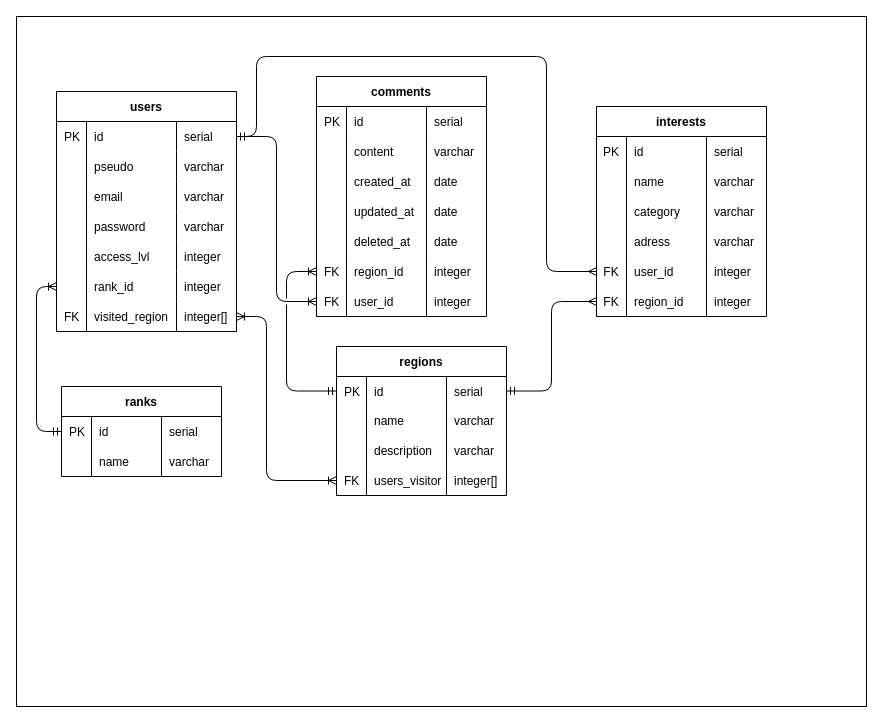
Above: conception/ERD.drawio in kevinbatard/japan_back (draw.io), before the change. Source tidied: cells renumbered, new cells numbered last; positions are measured from the earlier drawing's top-left corner, leaving out a move shared by most shapes. Both pictures are drawn from the tidied source at 100%, with x=0, y=0 at pixel (16, 16).
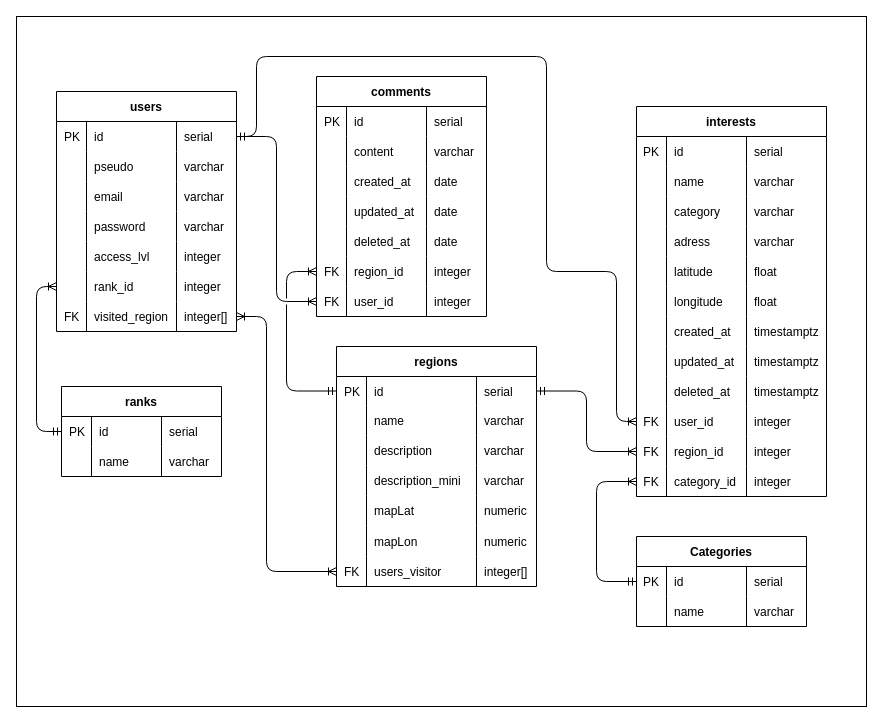
The same diagram, later.

Commit message (it also covers changes not shown here):
Fix divers, mis a jour diagrammes

Unchanged cells that the change refers to:
```xml
<mxCell id="4" style="shape=tableRow;horizontal=0;startSize=0;swimlaneHead=0;swimlaneBody=0;fillColor=none;points=[[0,0.5],[1,0.5]];portConstraint=eastwest;top=0;left=0;right=0;bottom=0;" parent="3" vertex="1">
  <mxGeometry y="30" width="180" height="30" as="geometry" />
</mxCell>
<mxCell id="28" style="shape=tableRow;horizontal=0;startSize=0;swimlaneHead=0;swimlaneBody=0;fillColor=none;points=[[0,0.5],[1,0.5]];portConstraint=eastwest;top=0;left=0;right=0;bottom=0;" parent="3" vertex="1">
  <mxGeometry y="210" width="180" height="30" as="geometry" />
</mxCell>
```

Diff of the diagram source:
```diff
@@
     <mxCell id="32" value="regions" style="shape=table;startSize=30;childLayout=tableLayout;rowLines=0;fontStyle=1;align=center;" parent="1" vertex="1">
-      <mxGeometry x="320" y="330" width="170" height="149" as="geometry" />
+      <mxGeometry x="320" y="330" width="200" height="240" as="geometry" />
     </mxCell>
     <mxCell id="33" style="shape=tableRow;horizontal=0;startSize=0;swimlaneHead=0;swimlaneBody=0;fillColor=none;points=[[0,0.5],[1,0.5]];portConstraint=eastwest;top=0;left=0;right=0;bottom=0;" parent="32" vertex="1">
-      <mxGeometry y="30" width="170" height="29" as="geometry" />
+      <mxGeometry y="30" width="200" height="29" as="geometry" />
     </mxCell>
@@
     <mxCell id="35" value="id" style="shape=partialRectangle;fillColor=none;top=0;left=0;bottom=0;right=0;align=left;spacingLeft=6;overflow=hidden;" parent="33" vertex="1">
-      <mxGeometry x="30" width="80" height="29" as="geometry" />
+      <mxGeometry x="30" width="110" height="29" as="geometry" />
     </mxCell>
     <mxCell id="36" value="serial" style="shape=partialRectangle;fillColor=none;top=0;left=0;bottom=0;right=0;align=left;spacingLeft=6;overflow=hidden;" parent="33" vertex="1">
-      <mxGeometry x="110" width="60" height="29" as="geometry" />
+      <mxGeometry x="140" width="60" height="29" as="geometry" />
     </mxCell>
     <mxCell id="37" style="shape=tableRow;horizontal=0;startSize=0;swimlaneHead=0;swimlaneBody=0;fillColor=none;top=0;left=0;right=0;bottom=0;" parent="32" vertex="1">
-      <mxGeometry y="59" width="170" height="30" as="geometry" />
+      <mxGeometry y="59" width="200" height="30" as="geometry" />
     </mxCell>
@@
     <mxCell id="39" value="name" style="shape=partialRectangle;fillColor=none;top=0;left=0;bottom=0;right=0;align=left;spacingLeft=6;overflow=hidden;" parent="37" vertex="1">
-      <mxGeometry x="30" width="80" height="30" as="geometry" />
+      <mxGeometry x="30" width="110" height="30" as="geometry" />
     </mxCell>
     <mxCell id="40" value="varchar" style="shape=partialRectangle;fillColor=none;top=0;left=0;bottom=0;right=0;align=left;spacingLeft=6;overflow=hidden;" parent="37" vertex="1">
-      <mxGeometry x="110" width="60" height="30" as="geometry" />
+      <mxGeometry x="140" width="60" height="30" as="geometry" />
     </mxCell>
     <mxCell id="41" style="shape=tableRow;horizontal=0;startSize=0;swimlaneHead=0;swimlaneBody=0;fillColor=none;top=0;left=0;right=0;bottom=0;" parent="32" vertex="1">
-      <mxGeometry y="89" width="170" height="30" as="geometry" />
+      <mxGeometry y="89" width="200" height="30" as="geometry" />
     </mxCell>
@@
     <mxCell id="43" value="description" style="shape=partialRectangle;fillColor=none;top=0;left=0;bottom=0;right=0;align=left;spacingLeft=6;overflow=hidden;" parent="41" vertex="1">
-      <mxGeometry x="30" width="80" height="30" as="geometry" />
+      <mxGeometry x="30" width="110" height="30" as="geometry" />
     </mxCell>
     <mxCell id="44" value="varchar" style="shape=partialRectangle;fillColor=none;top=0;left=0;bottom=0;right=0;align=left;spacingLeft=6;overflow=hidden;" parent="41" vertex="1">
-      <mxGeometry x="110" width="60" height="30" as="geometry" />
+      <mxGeometry x="140" width="60" height="30" as="geometry" />
     </mxCell>
+    <mxCell id="118" style="shape=tableRow;horizontal=0;startSize=0;swimlaneHead=0;swimlaneBody=0;fillColor=none;top=0;left=0;right=0;bottom=0;" parent="32" vertex="1">
+      <mxGeometry y="119" width="200" height="30" as="geometry" />
+    </mxCell>
+    <mxCell id="119" style="shape=partialRectangle;fillColor=none;top=0;left=0;bottom=0;right=0;align=left;spacingLeft=6;overflow=hidden;" parent="118" vertex="1">
+      <mxGeometry width="30" height="30" as="geometry" />
+    </mxCell>
+    <mxCell id="120" value="description_mini" style="shape=partialRectangle;fillColor=none;top=0;left=0;bottom=0;right=0;align=left;spacingLeft=6;overflow=hidden;" parent="118" vertex="1">
+      <mxGeometry x="30" width="110" height="30" as="geometry" />
+    </mxCell>
+    <mxCell id="121" value="varchar" style="shape=partialRectangle;fillColor=none;top=0;left=0;bottom=0;right=0;align=left;spacingLeft=6;overflow=hidden;" parent="118" vertex="1">
+      <mxGeometry x="140" width="60" height="30" as="geometry" />
+    </mxCell>
+    <mxCell id="122" style="shape=tableRow;horizontal=0;startSize=0;swimlaneHead=0;swimlaneBody=0;fillColor=none;top=0;left=0;right=0;bottom=0;" parent="32" vertex="1">
+      <mxGeometry y="149" width="200" height="30" as="geometry" />
+    </mxCell>
+    <mxCell id="123" style="shape=partialRectangle;fillColor=none;top=0;left=0;bottom=0;right=0;align=left;spacingLeft=6;overflow=hidden;" parent="122" vertex="1">
+      <mxGeometry width="30" height="30" as="geometry" />
+    </mxCell>
+    <mxCell id="124" value="mapLat" style="shape=partialRectangle;fillColor=none;top=0;left=0;bottom=0;right=0;align=left;spacingLeft=6;overflow=hidden;" parent="122" vertex="1">
+      <mxGeometry x="30" width="110" height="30" as="geometry" />
+    </mxCell>
+    <mxCell id="125" value="numeric" style="shape=partialRectangle;fillColor=none;top=0;left=0;bottom=0;right=0;align=left;spacingLeft=6;overflow=hidden;" parent="122" vertex="1">
+      <mxGeometry x="140" width="60" height="30" as="geometry" />
+    </mxCell>
+    <mxCell id="126" style="shape=tableRow;horizontal=0;startSize=0;swimlaneHead=0;swimlaneBody=0;fillColor=none;top=0;left=0;right=0;bottom=0;" parent="32" vertex="1">
+      <mxGeometry y="179" width="200" height="31" as="geometry" />
+    </mxCell>
+    <mxCell id="127" style="shape=partialRectangle;fillColor=none;top=0;left=0;bottom=0;right=0;align=left;spacingLeft=6;overflow=hidden;" parent="126" vertex="1">
+      <mxGeometry width="30" height="31" as="geometry" />
+    </mxCell>
+    <mxCell id="128" value="mapLon" style="shape=partialRectangle;fillColor=none;top=0;left=0;bottom=0;right=0;align=left;spacingLeft=6;overflow=hidden;" parent="126" vertex="1">
+      <mxGeometry x="30" width="110" height="31" as="geometry" />
+    </mxCell>
+    <mxCell id="129" value="numeric" style="shape=partialRectangle;fillColor=none;top=0;left=0;bottom=0;right=0;align=left;spacingLeft=6;overflow=hidden;" parent="126" vertex="1">
+      <mxGeometry x="140" width="60" height="31" as="geometry" />
+    </mxCell>
     <mxCell id="45" style="shape=tableRow;horizontal=0;startSize=0;swimlaneHead=0;swimlaneBody=0;fillColor=none;points=[[0,0.5],[1,0.5]];portConstraint=eastwest;top=0;left=0;right=0;bottom=0;" parent="32" vertex="1">
-      <mxGeometry y="119" width="170" height="30" as="geometry" />
+      <mxGeometry y="210" width="200" height="30" as="geometry" />
     </mxCell>
@@
     <mxCell id="47" value="users_visitor" style="shape=partialRectangle;fillColor=none;top=0;left=0;bottom=0;right=0;align=left;spacingLeft=6;overflow=hidden;" parent="45" vertex="1">
-      <mxGeometry x="30" width="80" height="30" as="geometry" />
+      <mxGeometry x="30" width="110" height="30" as="geometry" />
     </mxCell>
     <mxCell id="48" value="integer[]" style="shape=partialRectangle;fillColor=none;top=0;left=0;bottom=0;right=0;align=left;spacingLeft=6;overflow=hidden;" parent="45" vertex="1">
-      <mxGeometry x="110" width="60" height="30" as="geometry" />
+      <mxGeometry x="140" width="60" height="30" as="geometry" />
     </mxCell>
@@
     <mxCell id="89" value="interests" style="shape=table;startSize=30;childLayout=tableLayout;rowLines=0;fontStyle=1;align=center;" parent="1" vertex="1">
-      <mxGeometry x="580" y="90" width="170" height="210" as="geometry" />
+      <mxGeometry x="620" y="90" width="190" height="390" as="geometry" />
     </mxCell>
     <mxCell id="90" style="shape=tableRow;horizontal=0;startSize=0;swimlaneHead=0;swimlaneBody=0;fillColor=none;top=0;left=0;right=0;bottom=0;" parent="89" vertex="1">
-      <mxGeometry y="30" width="170" height="30" as="geometry" />
+      <mxGeometry y="30" width="190" height="30" as="geometry" />
     </mxCell>
@@
     <mxCell id="93" value="serial" style="shape=partialRectangle;fillColor=none;top=0;left=0;bottom=0;right=0;align=left;spacingLeft=6;overflow=hidden;" parent="90" vertex="1">
-      <mxGeometry x="110" width="60" height="30" as="geometry" />
+      <mxGeometry x="110" width="80" height="30" as="geometry" />
     </mxCell>
     <mxCell id="94" style="shape=tableRow;horizontal=0;startSize=0;swimlaneHead=0;swimlaneBody=0;fillColor=none;top=0;left=0;right=0;bottom=0;" parent="89" vertex="1">
-      <mxGeometry y="60" width="170" height="30" as="geometry" />
+      <mxGeometry y="60" width="190" height="30" as="geometry" />
     </mxCell>
@@
     <mxCell id="97" value="varchar" style="shape=partialRectangle;fillColor=none;top=0;left=0;bottom=0;right=0;align=left;spacingLeft=6;overflow=hidden;" parent="94" vertex="1">
-      <mxGeometry x="110" width="60" height="30" as="geometry" />
+      <mxGeometry x="110" width="80" height="30" as="geometry" />
     </mxCell>
     <mxCell id="98" style="shape=tableRow;horizontal=0;startSize=0;swimlaneHead=0;swimlaneBody=0;fillColor=none;top=0;left=0;right=0;bottom=0;" parent="89" vertex="1">
-      <mxGeometry y="90" width="170" height="30" as="geometry" />
+      <mxGeometry y="90" width="190" height="30" as="geometry" />
     </mxCell>
@@
     <mxCell id="101" value="varchar" style="shape=partialRectangle;fillColor=none;top=0;left=0;bottom=0;right=0;align=left;spacingLeft=6;overflow=hidden;" parent="98" vertex="1">
-      <mxGeometry x="110" width="60" height="30" as="geometry" />
+      <mxGeometry x="110" width="80" height="30" as="geometry" />
     </mxCell>
     <mxCell id="102" style="shape=tableRow;horizontal=0;startSize=0;swimlaneHead=0;swimlaneBody=0;fillColor=none;top=0;left=0;right=0;bottom=0;" parent="89" vertex="1">
-      <mxGeometry y="120" width="170" height="30" as="geometry" />
+      <mxGeometry y="120" width="190" height="30" as="geometry" />
     </mxCell>
@@
     <mxCell id="105" value="varchar" style="shape=partialRectangle;fillColor=none;top=0;left=0;bottom=0;right=0;align=left;spacingLeft=6;overflow=hidden;" parent="102" vertex="1">
-      <mxGeometry x="110" width="60" height="30" as="geometry" />
+      <mxGeometry x="110" width="80" height="30" as="geometry" />
     </mxCell>
+    <mxCell id="130" style="shape=tableRow;horizontal=0;startSize=0;swimlaneHead=0;swimlaneBody=0;fillColor=none;top=0;left=0;right=0;bottom=0;" parent="89" vertex="1">
+      <mxGeometry y="150" width="190" height="30" as="geometry" />
+    </mxCell>
+    <mxCell id="131" style="shape=partialRectangle;fillColor=none;top=0;left=0;bottom=0;right=0;overflow=hidden;" parent="130" vertex="1">
+      <mxGeometry width="30" height="30" as="geometry" />
+    </mxCell>
+    <mxCell id="132" value="latitude" style="shape=partialRectangle;fillColor=none;top=0;left=0;bottom=0;right=0;align=left;spacingLeft=6;overflow=hidden;" parent="130" vertex="1">
+      <mxGeometry x="30" width="80" height="30" as="geometry" />
+    </mxCell>
+    <mxCell id="133" value="float" style="shape=partialRectangle;fillColor=none;top=0;left=0;bottom=0;right=0;align=left;spacingLeft=6;overflow=hidden;" parent="130" vertex="1">
+      <mxGeometry x="110" width="80" height="30" as="geometry" />
+    </mxCell>
+    <mxCell id="134" style="shape=tableRow;horizontal=0;startSize=0;swimlaneHead=0;swimlaneBody=0;fillColor=none;top=0;left=0;right=0;bottom=0;" parent="89" vertex="1">
+      <mxGeometry y="180" width="190" height="30" as="geometry" />
+    </mxCell>
+    <mxCell id="135" style="shape=partialRectangle;fillColor=none;top=0;left=0;bottom=0;right=0;overflow=hidden;" parent="134" vertex="1">
+      <mxGeometry width="30" height="30" as="geometry" />
+    </mxCell>
+    <mxCell id="136" value="longitude" style="shape=partialRectangle;fillColor=none;top=0;left=0;bottom=0;right=0;align=left;spacingLeft=6;overflow=hidden;" parent="134" vertex="1">
+      <mxGeometry x="30" width="80" height="30" as="geometry" />
+    </mxCell>
+    <mxCell id="137" value="float" style="shape=partialRectangle;fillColor=none;top=0;left=0;bottom=0;right=0;align=left;spacingLeft=6;overflow=hidden;" parent="134" vertex="1">
+      <mxGeometry x="110" width="80" height="30" as="geometry" />
+    </mxCell>
+    <mxCell id="138" style="shape=tableRow;horizontal=0;startSize=0;swimlaneHead=0;swimlaneBody=0;fillColor=none;top=0;left=0;right=0;bottom=0;" parent="89" vertex="1">
+      <mxGeometry y="210" width="190" height="30" as="geometry" />
+    </mxCell>
+    <mxCell id="139" style="shape=partialRectangle;fillColor=none;top=0;left=0;bottom=0;right=0;overflow=hidden;" parent="138" vertex="1">
+      <mxGeometry width="30" height="30" as="geometry" />
+    </mxCell>
+    <mxCell id="140" value="created_at" style="shape=partialRectangle;fillColor=none;top=0;left=0;bottom=0;right=0;align=left;spacingLeft=6;overflow=hidden;" parent="138" vertex="1">
+      <mxGeometry x="30" width="80" height="30" as="geometry" />
+    </mxCell>
+    <mxCell id="141" value="timestamptz" style="shape=partialRectangle;fillColor=none;top=0;left=0;bottom=0;right=0;align=left;spacingLeft=6;overflow=hidden;" parent="138" vertex="1">
+      <mxGeometry x="110" width="80" height="30" as="geometry" />
+    </mxCell>
+    <mxCell id="142" style="shape=tableRow;horizontal=0;startSize=0;swimlaneHead=0;swimlaneBody=0;fillColor=none;top=0;left=0;right=0;bottom=0;" parent="89" vertex="1">
+      <mxGeometry y="240" width="190" height="30" as="geometry" />
+    </mxCell>
+    <mxCell id="143" style="shape=partialRectangle;fillColor=none;top=0;left=0;bottom=0;right=0;overflow=hidden;" parent="142" vertex="1">
+      <mxGeometry width="30" height="30" as="geometry" />
+    </mxCell>
+    <mxCell id="144" value="updated_at" style="shape=partialRectangle;fillColor=none;top=0;left=0;bottom=0;right=0;align=left;spacingLeft=6;overflow=hidden;" parent="142" vertex="1">
+      <mxGeometry x="30" width="80" height="30" as="geometry" />
+    </mxCell>
+    <mxCell id="145" value="timestamptz" style="shape=partialRectangle;fillColor=none;top=0;left=0;bottom=0;right=0;align=left;spacingLeft=6;overflow=hidden;" parent="142" vertex="1">
+      <mxGeometry x="110" width="80" height="30" as="geometry" />
+    </mxCell>
+    <mxCell id="146" style="shape=tableRow;horizontal=0;startSize=0;swimlaneHead=0;swimlaneBody=0;fillColor=none;top=0;left=0;right=0;bottom=0;" parent="89" vertex="1">
+      <mxGeometry y="270" width="190" height="30" as="geometry" />
+    </mxCell>
+    <mxCell id="147" style="shape=partialRectangle;fillColor=none;top=0;left=0;bottom=0;right=0;overflow=hidden;" parent="146" vertex="1">
+      <mxGeometry width="30" height="30" as="geometry" />
+    </mxCell>
+    <mxCell id="148" value="deleted_at" style="shape=partialRectangle;fillColor=none;top=0;left=0;bottom=0;right=0;align=left;spacingLeft=6;overflow=hidden;" parent="146" vertex="1">
+      <mxGeometry x="30" width="80" height="30" as="geometry" />
+    </mxCell>
+    <mxCell id="149" value="timestamptz" style="shape=partialRectangle;fillColor=none;top=0;left=0;bottom=0;right=0;align=left;spacingLeft=6;overflow=hidden;" parent="146" vertex="1">
+      <mxGeometry x="110" width="80" height="30" as="geometry" />
+    </mxCell>
     <mxCell id="106" style="shape=tableRow;horizontal=0;startSize=0;swimlaneHead=0;swimlaneBody=0;fillColor=none;points=[[0,0.5],[1,0.5]];portConstraint=eastwest;top=0;left=0;right=0;bottom=0;" parent="89" vertex="1">
-      <mxGeometry y="150" width="170" height="30" as="geometry" />
+      <mxGeometry y="300" width="190" height="30" as="geometry" />
     </mxCell>
@@
     <mxCell id="109" value="integer" style="shape=partialRectangle;fillColor=none;top=0;left=0;bottom=0;right=0;align=left;spacingLeft=6;overflow=hidden;" parent="106" vertex="1">
-      <mxGeometry x="110" width="60" height="30" as="geometry" />
+      <mxGeometry x="110" width="80" height="30" as="geometry" />
     </mxCell>
     <mxCell id="110" style="shape=tableRow;horizontal=0;startSize=0;swimlaneHead=0;swimlaneBody=0;fillColor=none;points=[[0,0.5],[1,0.5]];portConstraint=eastwest;top=0;left=0;right=0;bottom=0;" parent="89" vertex="1">
-      <mxGeometry y="180" width="170" height="30" as="geometry" />
+      <mxGeometry y="330" width="190" height="30" as="geometry" />
     </mxCell>
@@
     <mxCell id="113" value="integer" style="shape=partialRectangle;fillColor=none;top=0;left=0;bottom=0;right=0;align=left;spacingLeft=6;overflow=hidden;" parent="110" vertex="1">
-      <mxGeometry x="110" width="60" height="30" as="geometry" />
+      <mxGeometry x="110" width="80" height="30" as="geometry" />
     </mxCell>
+    <mxCell id="150" style="shape=tableRow;horizontal=0;startSize=0;swimlaneHead=0;swimlaneBody=0;fillColor=none;points=[[0,0.5],[1,0.5]];portConstraint=eastwest;top=0;left=0;right=0;bottom=0;" parent="89" vertex="1">
+      <mxGeometry y="360" width="190" height="30" as="geometry" />
+    </mxCell>
+    <mxCell id="151" value="FK" style="shape=partialRectangle;fillColor=none;top=0;left=0;bottom=0;right=0;overflow=hidden;" parent="150" vertex="1">
+      <mxGeometry width="30" height="30" as="geometry" />
+    </mxCell>
+    <mxCell id="152" value="category_id" style="shape=partialRectangle;fillColor=none;top=0;left=0;bottom=0;right=0;align=left;spacingLeft=6;overflow=hidden;" parent="150" vertex="1">
+      <mxGeometry x="30" width="80" height="30" as="geometry" />
+    </mxCell>
+    <mxCell id="153" value="integer" style="shape=partialRectangle;fillColor=none;top=0;left=0;bottom=0;right=0;align=left;spacingLeft=6;overflow=hidden;" parent="150" vertex="1">
+      <mxGeometry x="110" width="80" height="30" as="geometry" />
+    </mxCell>
-    <mxCell id="114" style="edgeStyle=orthogonalEdgeStyle;html=1;exitX=1;exitY=0.5;exitDx=0;exitDy=0;entryX=0;entryY=0.5;entryDx=0;entryDy=0;startArrow=ERmandOne;startFill=0;endArrow=ERmany;endFill=0;jumpStyle=gap;" parent="1" edge="1" source="33" target="110">
+    <mxCell id="114" style="edgeStyle=orthogonalEdgeStyle;html=1;exitX=1;exitY=0.5;exitDx=0;exitDy=0;entryX=0;entryY=0.5;entryDx=0;entryDy=0;startArrow=ERmandOne;startFill=0;endArrow=ERoneToMany;endFill=0;jumpStyle=gap;" parent="1" edge="1" source="33" target="110">
       <mxGeometry relative="1" as="geometry" />
     </mxCell>
-    <mxCell id="115" style="edgeStyle=orthogonalEdgeStyle;html=1;exitX=1;exitY=0.5;exitDx=0;exitDy=0;entryX=0;entryY=0.5;entryDx=0;entryDy=0;endArrow=ERmany;endFill=0;" parent="1" edge="1" source="4" target="106">
+    <mxCell id="115" style="edgeStyle=orthogonalEdgeStyle;html=1;exitX=1;exitY=0.5;exitDx=0;exitDy=0;entryX=0;entryY=0.5;entryDx=0;entryDy=0;endArrow=ERoneToMany;endFill=0;" parent="1" edge="1" source="4" target="106">
       <mxGeometry relative="1" as="geometry">
         <Array as="points">
           <mxPoint x="240" y="120" />
           <mxPoint x="240" y="40" />
           <mxPoint x="530" y="40" />
           <mxPoint x="530" y="255" />
+          <mxPoint x="600" y="255" />
+          <mxPoint x="600" y="405" />
         </Array>
       </mxGeometry>
     </mxCell>
@@
     <mxCell id="117" style="edgeStyle=orthogonalEdgeStyle;fontSize=12;html=1;endArrow=ERoneToMany;startArrow=ERoneToMany;jumpStyle=gap;exitX=1;exitY=0.5;exitDx=0;exitDy=0;entryX=0;entryY=0.5;entryDx=0;entryDy=0;" parent="1" edge="1" source="28" target="45">
       <mxGeometry relative="1" as="geometry">
         <Array as="points">
           <mxPoint x="250" y="300" />
-          <mxPoint x="250" y="464" />
+          <mxPoint x="250" y="555" />
         </Array>
       </mxGeometry>
     </mxCell>
+    <mxCell id="154" value="Categories" style="shape=table;startSize=30;childLayout=tableLayout;rowLines=0;fontStyle=1;align=center;" parent="1" vertex="1">
+      <mxGeometry x="620" y="520" width="170" height="90" as="geometry" />
+    </mxCell>
+    <mxCell id="155" style="shape=tableRow;horizontal=0;startSize=0;swimlaneHead=0;swimlaneBody=0;fillColor=none;points=[[0,0.5],[1,0.5]];portConstraint=eastwest;top=0;left=0;right=0;bottom=0;" parent="154" vertex="1">
+      <mxGeometry y="30" width="170" height="30" as="geometry" />
+    </mxCell>
+    <mxCell id="156" value="PK" style="shape=partialRectangle;fillColor=none;top=0;left=0;bottom=0;right=0;overflow=hidden;" parent="155" vertex="1">
+      <mxGeometry width="30" height="30" as="geometry" />
+    </mxCell>
+    <mxCell id="157" value="id" style="shape=partialRectangle;fillColor=none;top=0;left=0;bottom=0;right=0;align=left;spacingLeft=6;overflow=hidden;" parent="155" vertex="1">
+      <mxGeometry x="30" width="80" height="30" as="geometry" />
+    </mxCell>
+    <mxCell id="158" value="serial" style="shape=partialRectangle;fillColor=none;top=0;left=0;bottom=0;right=0;align=left;spacingLeft=6;overflow=hidden;" parent="155" vertex="1">
+      <mxGeometry x="110" width="60" height="30" as="geometry" />
+    </mxCell>
+    <mxCell id="159" style="shape=tableRow;horizontal=0;startSize=0;swimlaneHead=0;swimlaneBody=0;fillColor=none;top=0;left=0;right=0;bottom=0;" parent="154" vertex="1">
+      <mxGeometry y="60" width="170" height="30" as="geometry" />
+    </mxCell>
+    <mxCell id="160" style="shape=partialRectangle;fillColor=none;top=0;left=0;bottom=0;right=0;overflow=hidden;" parent="159" vertex="1">
+      <mxGeometry width="30" height="30" as="geometry" />
+    </mxCell>
+    <mxCell id="161" value="name" style="shape=partialRectangle;fillColor=none;top=0;left=0;bottom=0;right=0;align=left;spacingLeft=6;overflow=hidden;" parent="159" vertex="1">
+      <mxGeometry x="30" width="80" height="30" as="geometry" />
+    </mxCell>
+    <mxCell id="162" value="varchar" style="shape=partialRectangle;fillColor=none;top=0;left=0;bottom=0;right=0;align=left;spacingLeft=6;overflow=hidden;" parent="159" vertex="1">
+      <mxGeometry x="110" width="60" height="30" as="geometry" />
+    </mxCell>
+    <mxCell id="163" style="edgeStyle=orthogonalEdgeStyle;fontSize=12;html=1;endArrow=ERoneToMany;startArrow=ERmandOne;entryX=0;entryY=0.5;entryDx=0;entryDy=0;exitX=0;exitY=0.5;exitDx=0;exitDy=0;endFill=0;jumpStyle=gap;" parent="1" edge="1" source="155" target="150">
+      <mxGeometry relative="1" as="geometry">
+        <Array as="points">
+          <mxPoint x="580" y="565" />
+          <mxPoint x="580" y="465" />
+        </Array>
+      </mxGeometry>
+    </mxCell>
```
